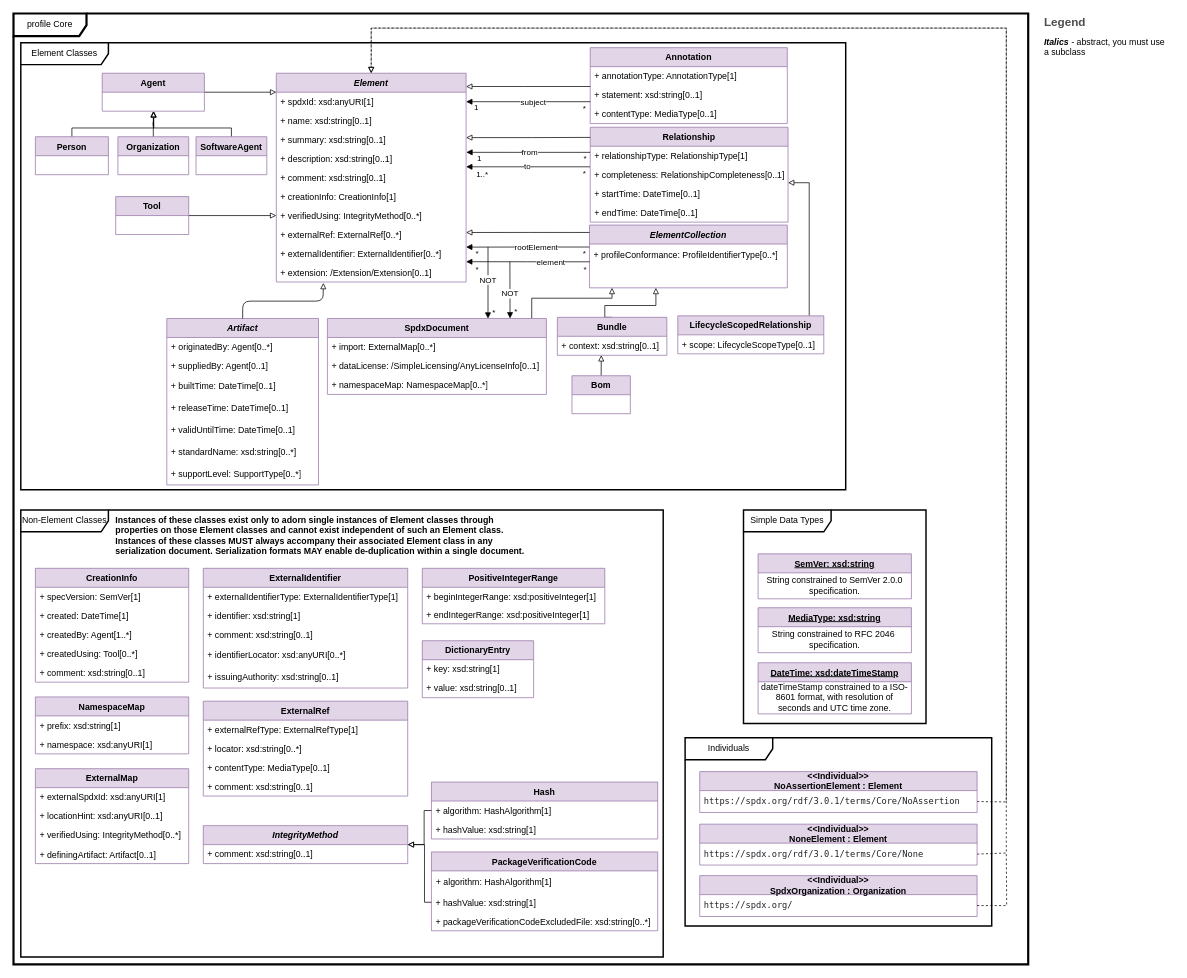
Before: page "Core" (1 of 11) of model.drawio in spdx/spdx-3-model, a draw.io diagram. Source tidied: cells renumbered, new cells numbered last; positions are measured from the earlier drawing's top-left corner, leaving out a move shared by most shapes. Both pictures are drawn from the tidied source at 73%, with x=0, y=0 at pixel (13, 13).
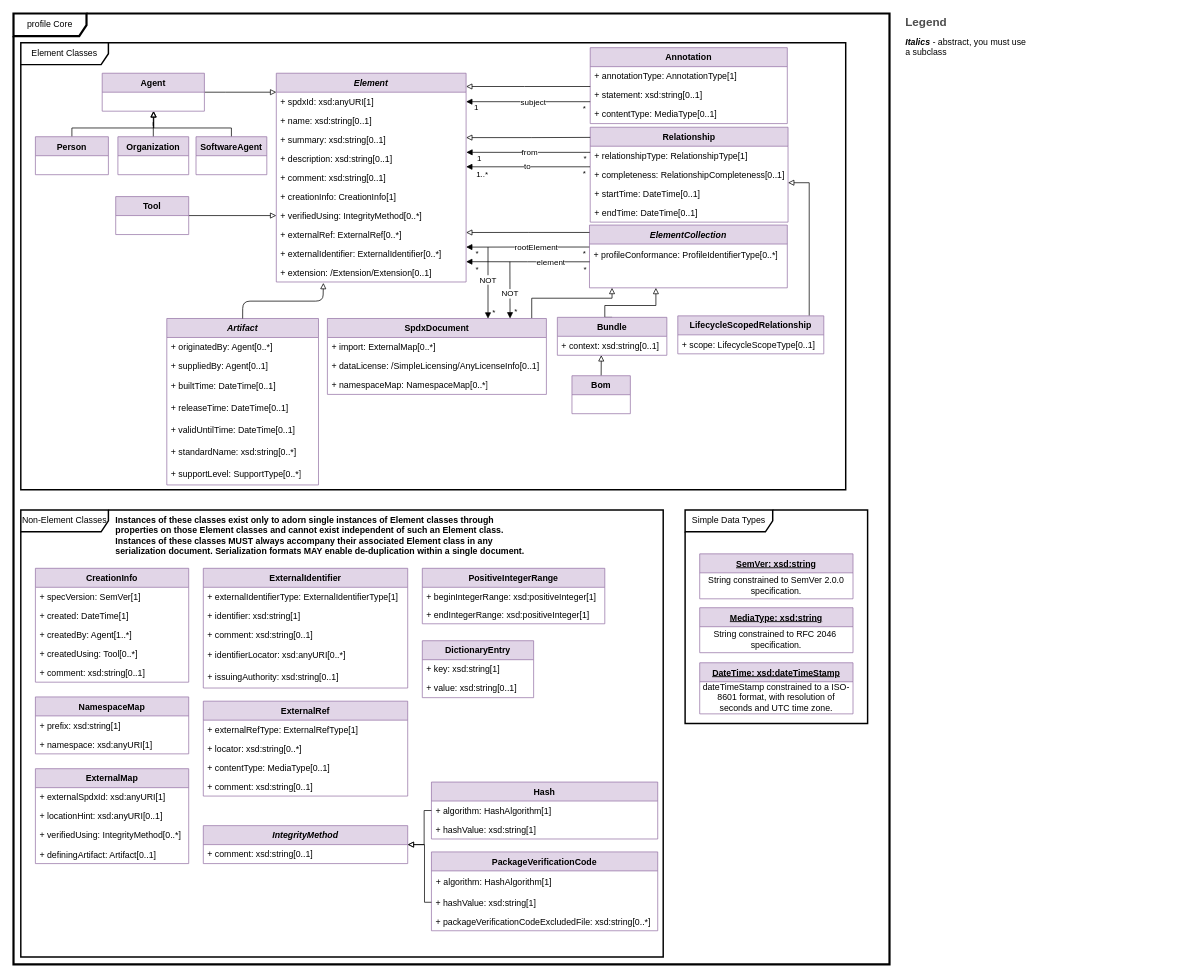
After the change.

Commit message (it also covers changes not shown here):
Remove all named individuals

The change refers to these unchanged cells:
```xml
<mxCell id="5" value="Element" style="swimlane;fontStyle=3;horizontal=1;startSize=26;fillColor=#e1d5e7;strokeColor=#9673a6;" parent="1" vertex="1">
  <mxGeometry x="360" y="81.8" width="260" height="286" as="geometry" />
</mxCell>
```

What changed in the source:
```diff
@@
     <mxCell id="2" value="profile Core" style="shape=umlFrame;whiteSpace=wrap;html=1;width=100;height=31;strokeWidth=3;" parent="1" vertex="1">
-      <mxGeometry width="1390" height="1302.5" as="geometry" />
+      <mxGeometry width="1200" height="1302.5" as="geometry" />
     </mxCell>
@@
     <mxCell id="4" value="Simple Data Types" style="shape=umlFrame;whiteSpace=wrap;html=1;width=120;height=30;strokeWidth=2;" parent="1" vertex="1">
-      <mxGeometry x="1000" y="680" width="250" height="292.5" as="geometry" />
+      <mxGeometry x="920" y="680" width="250" height="292.5" as="geometry" />
     </mxCell>
@@
     <mxCell id="62" value="Legend" style="align=left;fontSize=16;fontStyle=1;strokeColor=none;fillColor=none;fontColor=#4D4D4D;spacingTop=-8;" parent="1" vertex="1">
-      <mxGeometry x="1410" width="180" height="30" as="geometry" />
+      <mxGeometry x="1220" width="180" height="30" as="geometry" />
     </mxCell>
     <mxCell id="63" style="shape=table;html=1;whiteSpace=wrap;startSize=0;childLayout=tableLayout;fillColor=none;align=left;spacingLeft=10;strokeColor=none;rounded=1;arcSize=11;fontColor=#FFFFFF;" parent="1" vertex="1">
-      <mxGeometry x="1400" y="30" width="180" height="30" as="geometry" />
+      <mxGeometry x="1210" y="30" width="180" height="30" as="geometry" />
     </mxCell>
@@
     <mxCell id="95" value="SemVer: xsd:string" style="swimlane;fontStyle=5;horizontal=1;startSize=26;fillColor=#e1d5e7;strokeColor=#9673a6;" parent="1" vertex="1">
-      <mxGeometry x="1020" y="740.2" width="210" height="61.6" as="geometry" />
+      <mxGeometry x="940" y="740.2" width="210" height="61.6" as="geometry" />
     </mxCell>
@@
     <mxCell id="97" value="MediaType: xsd:string" style="swimlane;fontStyle=5;horizontal=1;startSize=26;fillColor=#e1d5e7;strokeColor=#9673A6;" parent="1" vertex="1">
-      <mxGeometry x="1020" y="814" width="210" height="61.6" as="geometry" />
+      <mxGeometry x="940" y="814" width="210" height="61.6" as="geometry" />
     </mxCell>
@@
     <mxCell id="136" value="DateTime: xsd:dateTimeStamp" style="swimlane;fontStyle=5;horizontal=1;startSize=26;fillColor=#e1d5e7;strokeColor=#9673a6;" parent="1" vertex="1">
-      <mxGeometry x="1020" y="889.4" width="210" height="70" as="geometry" />
+      <mxGeometry x="940" y="889.4" width="210" height="70" as="geometry" />
     </mxCell>
@@
-    <mxCell id="143" value="Individuals" style="shape=umlFrame;whiteSpace=wrap;html=1;width=120;height=30;strokeWidth=2;" parent="1" vertex="1">
-      <mxGeometry x="920" y="992.2" width="420" height="257.8" as="geometry" />
-    </mxCell>
-    <mxCell id="144" style="endArrow=block;html=1;rounded=0;exitX=1;exitY=0.5;exitDx=0;exitDy=0;entryX=0.5;entryY=0;entryDx=0;entryDy=0;endFill=0;dashed=1;" parent="1" edge="1" source="147" target="5">
-      <mxGeometry relative="1" as="geometry">
-        <Array as="points">
-          <mxPoint x="1360" y="1080" />
-          <mxPoint x="1360" y="20" />
-          <mxPoint x="490" y="20" />
-        </Array>
-      </mxGeometry>
-    </mxCell>
-    <mxCell id="145" style="endArrow=block;html=1;rounded=0;exitX=1;exitY=0.5;exitDx=0;exitDy=0;entryX=0.5;entryY=0;entryDx=0;entryDy=0;endFill=0;dashed=1;" parent="1" edge="1" source="149" target="5">
-      <mxGeometry relative="1" as="geometry">
-        <Array as="points">
-          <mxPoint x="1360" y="1150" />
-          <mxPoint x="1360" y="20" />
-          <mxPoint x="490" y="20" />
-        </Array>
-      </mxGeometry>
-    </mxCell>
-    <mxCell id="146" value="&lt;&lt;Individual&gt;&gt;&#10;NoAssertionElement : Element" style="swimlane;fontStyle=1;horizontal=1;startSize=26;fillColor=#e1d5e7;strokeColor=#9673a6;" parent="1" vertex="1">
-      <mxGeometry x="940" y="1038.5" width="380" height="56" as="geometry" />
-    </mxCell>
-    <mxCell id="147" value="&lt;span style=&quot;color: rgb(31, 35, 40); font-family: ui-monospace, SFMono-Regular, &amp;quot;SF Mono&amp;quot;, Menlo, Consolas, &amp;quot;Liberation Mono&amp;quot;, monospace; font-size: 11.9px; white-space-collapse: break-spaces; background-color: rgb(255, 255, 255);&quot;&gt;https://spdx.org/rdf/3.0.1/terms/Core/NoAssertion&lt;/span&gt;" style="text;strokeColor=none;fillColor=none;align=left;verticalAlign=middle;spacingLeft=4;spacingRight=4;overflow=hidden;points=[[0,0.5],[1,0.5]];portConstraint=eastwest;whiteSpace=wrap;html=1;" parent="146" vertex="1">
-      <mxGeometry y="26" width="380" height="30" as="geometry" />
-    </mxCell>
-    <mxCell id="148" value="&lt;&lt;Individual&gt;&gt;&#10;NoneElement : Element" style="swimlane;fontStyle=1;horizontal=1;startSize=26;fillColor=#e1d5e7;strokeColor=#9673a6;" parent="1" vertex="1">
-      <mxGeometry x="940" y="1110.5" width="380" height="56" as="geometry" />
-    </mxCell>
-    <mxCell id="149" value="&lt;span style=&quot;color: rgb(31, 35, 40); font-family: ui-monospace, SFMono-Regular, &amp;quot;SF Mono&amp;quot;, Menlo, Consolas, &amp;quot;Liberation Mono&amp;quot;, monospace; font-size: 11.9px; white-space-collapse: break-spaces; background-color: rgb(255, 255, 255);&quot;&gt;https://spdx.org/rdf/3.0.1/terms/Core/None&lt;/span&gt;" style="text;strokeColor=none;fillColor=none;align=left;verticalAlign=middle;spacingLeft=4;spacingRight=4;overflow=hidden;points=[[0,0.5],[1,0.5]];portConstraint=eastwest;whiteSpace=wrap;html=1;" parent="148" vertex="1">
-      <mxGeometry y="26" width="380" height="30" as="geometry" />
-    </mxCell>
-    <mxCell id="150" value="&lt;&lt;Individual&gt;&gt;&#10;SpdxOrganization : Organization" style="swimlane;fontStyle=1;horizontal=1;startSize=26;fillColor=#e1d5e7;strokeColor=#9673a6;" parent="1" vertex="1">
-      <mxGeometry x="940" y="1181" width="380" height="56" as="geometry" />
-    </mxCell>
-    <mxCell id="151" style="edgeStyle=orthogonalEdgeStyle;rounded=0;jettySize=auto;html=1;exitX=1;exitY=0.5;exitDx=0;exitDy=0;endArrow=none;endFill=0;dashed=1;" parent="150" edge="1" source="152">
-      <mxGeometry relative="1" as="geometry">
-        <mxPoint x="420" y="-31" as="targetPoint" />
-      </mxGeometry>
-    </mxCell>
-    <mxCell id="152" value="&lt;span style=&quot;color: rgb(31, 35, 40); font-family: ui-monospace, SFMono-Regular, &amp;quot;SF Mono&amp;quot;, Menlo, Consolas, &amp;quot;Liberation Mono&amp;quot;, monospace; font-size: 11.9px; white-space-collapse: break-spaces; background-color: rgb(255, 255, 255);&quot;&gt;https://spdx.org/&lt;/span&gt;" style="text;strokeColor=none;fillColor=none;align=left;verticalAlign=middle;spacingLeft=4;spacingRight=4;overflow=hidden;points=[[0,0.5],[1,0.5]];portConstraint=eastwest;whiteSpace=wrap;html=1;" parent="150" vertex="1">
-      <mxGeometry y="26" width="380" height="30" as="geometry" />
-    </mxCell>
```
